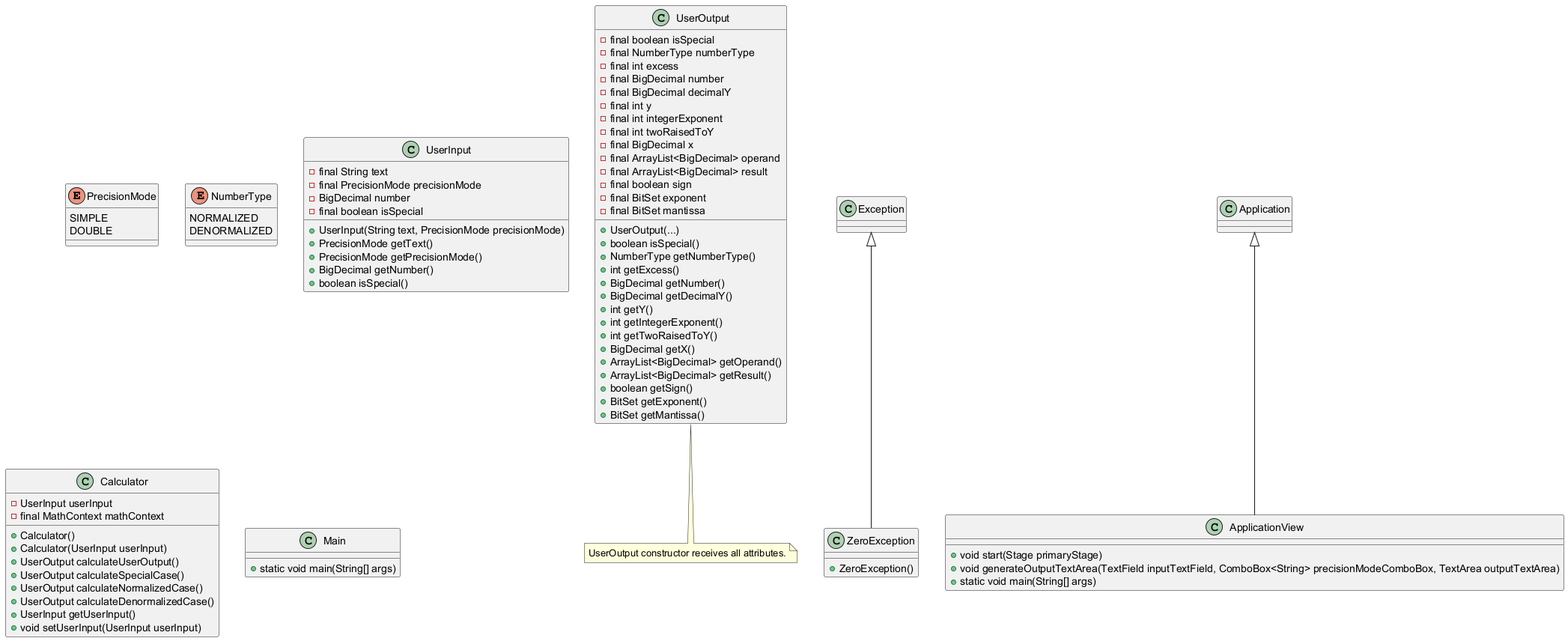
This is src/main/resources/uml.png from Jiuso1/easyP754, a PlantUML export, as it was before one commit.
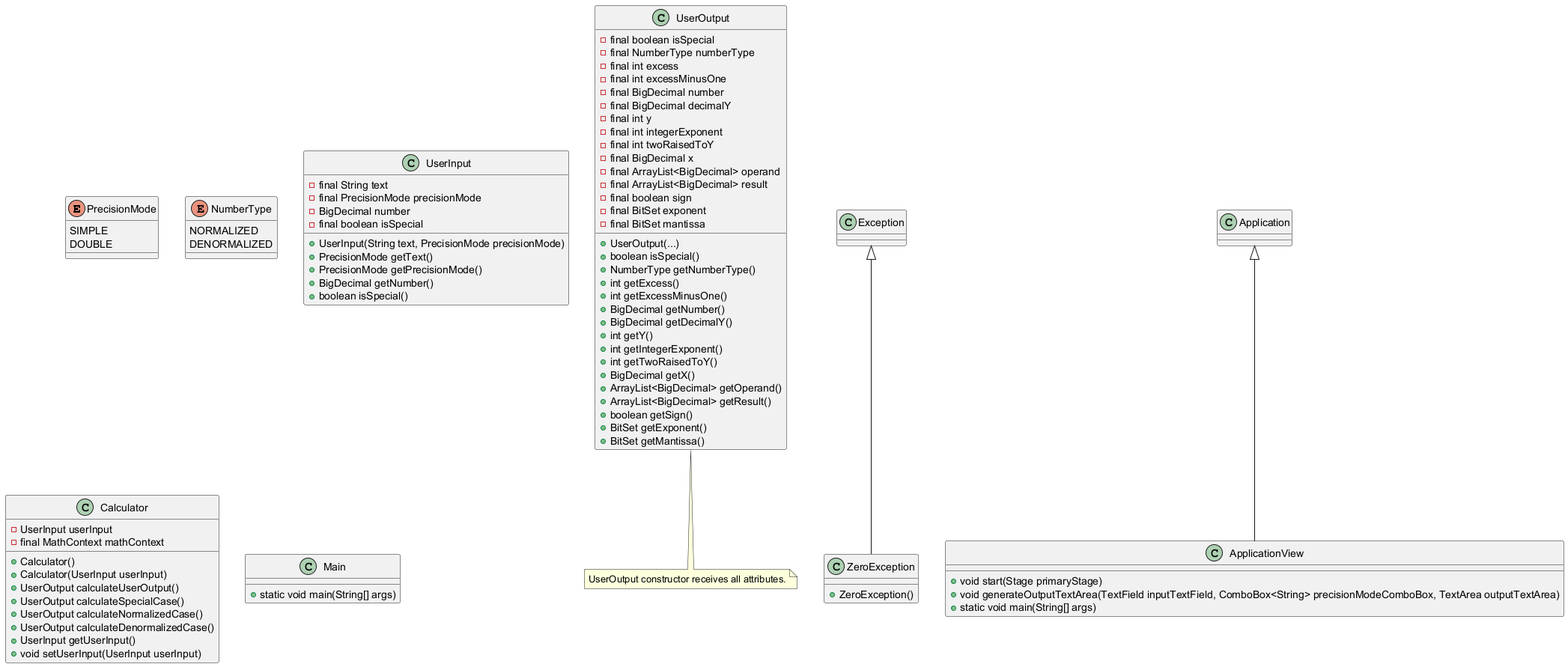
The same diagram one commit later.

What changed in the source:
```diff
@@ -25,6 +25,7 @@
     - final boolean isSpecial
     - final NumberType numberType
     - final int excess
+    - final int excessMinusOne
     - final BigDecimal number
     - final BigDecimal decimalY
     - final int y
@@ -40,6 +41,7 @@
     + boolean isSpecial()
     + NumberType getNumberType()
     + int getExcess()
+    + int getExcessMinusOne()
     + BigDecimal getNumber()
     + BigDecimal getDecimalY()
     + int getY()
```
